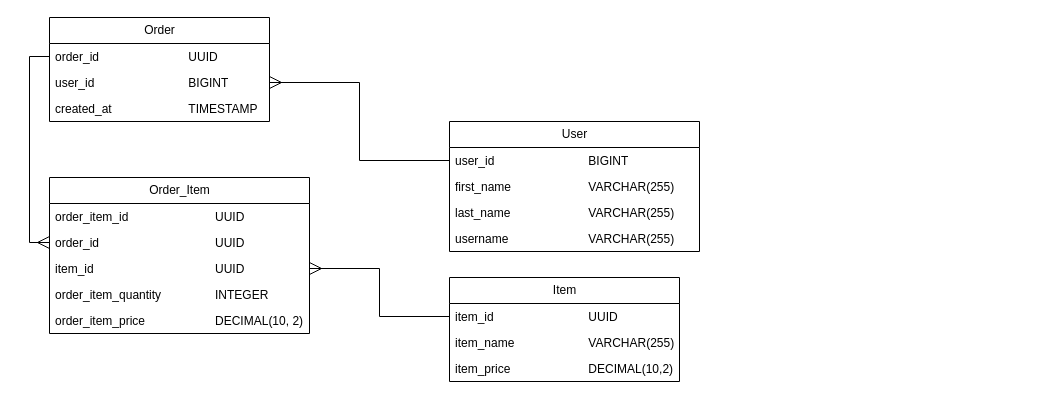
Earlier version of the draw.io diagram Systemconf.drawio (drogan-v/drogans-systemconf-backend). Source tidied: cells renumbered, new cells numbered last; positions are measured from the earlier drawing's top-left corner, leaving out a move shared by most shapes. Both pictures are drawn from the tidied source at 100%, with x=0, y=0 at pixel (49, 17).
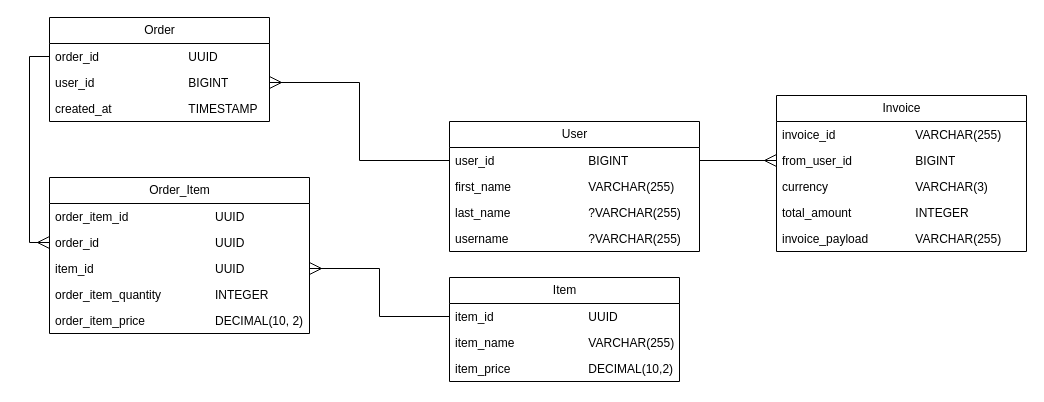
After the change.

The change refers to these unchanged cells:
```xml
<mxCell id="13" value="User" style="swimlane;fontStyle=0;horizontal=1;startSize=26;fillColor=none;html=1;" parent="1" vertex="1">
  <mxGeometry x="400" y="104" width="250" height="130" as="geometry" />
</mxCell>
<mxCell id="14" value="user_id&lt;span style=&quot;white-space: pre;&quot;&gt;&#9;&lt;/span&gt;&lt;span style=&quot;white-space: pre;&quot;&gt;&#9;&lt;/span&gt;&lt;span style=&quot;white-space: pre;&quot;&gt;&#9;&lt;/span&gt;&lt;span style=&quot;white-space: pre;&quot;&gt;&#9;&lt;/span&gt;BIGINT&lt;div&gt;&lt;br&gt;&lt;/div&gt;" style="text;strokeColor=none;fillColor=none;align=left;verticalAlign=top;spacingLeft=4;spacingRight=4;overflow=hidden;points=[[0,0.5],[1,0.5]];portConstraint=eastwest;whiteSpace=wrap;html=1;" parent="13" vertex="1">
  <mxGeometry y="26" width="250" height="26" as="geometry" />
</mxCell>
```

The edit, as a diff of the source:
```diff
@@
-    <mxCell id="16" value="last_name&lt;span style=&quot;white-space: pre;&quot;&gt;&#9;&lt;/span&gt;&lt;span style=&quot;white-space: pre;&quot;&gt;&#9;&lt;/span&gt;&lt;span style=&quot;white-space: pre;&quot;&gt;&#9;&lt;/span&gt;VARCHAR(255)" style="text;strokeColor=none;fillColor=none;align=left;verticalAlign=top;spacingLeft=4;spacingRight=4;overflow=hidden;whiteSpace=wrap;html=1;" parent="13" vertex="1">
-      <mxGeometry y="78" width="250" height="26" as="geometry" />
-    </mxCell>
-    <mxCell id="17" value="username&lt;span style=&quot;white-space: pre;&quot;&gt;&#9;&lt;/span&gt;&lt;span style=&quot;white-space: pre;&quot;&gt;&#9;&lt;/span&gt;&lt;span style=&quot;white-space: pre;&quot;&gt;&#9;&lt;/span&gt;VARCHAR(255)" style="text;strokeColor=none;fillColor=none;align=left;verticalAlign=top;spacingLeft=4;spacingRight=4;overflow=hidden;whiteSpace=wrap;html=1;" parent="13" vertex="1">
-      <mxGeometry y="104" width="250" height="26" as="geometry" />
-    </mxCell>
+    <mxCell id="24" value="last_name&lt;span style=&quot;white-space: pre;&quot;&gt;&#9;&lt;/span&gt;&lt;span style=&quot;white-space: pre;&quot;&gt;&#9;&lt;/span&gt;&lt;span style=&quot;white-space: pre;&quot;&gt;&#9;&lt;/span&gt;?VARCHAR(255)" style="text;strokeColor=none;fillColor=none;align=left;verticalAlign=top;spacingLeft=4;spacingRight=4;overflow=hidden;whiteSpace=wrap;html=1;" parent="13" vertex="1">
+      <mxGeometry y="78" width="250" height="26" as="geometry" />
+    </mxCell>
+    <mxCell id="25" value="username&lt;span style=&quot;white-space: pre;&quot;&gt;&#9;&lt;/span&gt;&lt;span style=&quot;white-space: pre;&quot;&gt;&#9;&lt;/span&gt;&lt;span style=&quot;white-space: pre;&quot;&gt;&#9;&lt;/span&gt;?VARCHAR(255)" style="text;strokeColor=none;fillColor=none;align=left;verticalAlign=top;spacingLeft=4;spacingRight=4;overflow=hidden;whiteSpace=wrap;html=1;" parent="13" vertex="1">
+      <mxGeometry y="104" width="250" height="26" as="geometry" />
+    </mxCell>
@@
+    <mxCell id="26" value="Invoice" style="swimlane;fontStyle=0;horizontal=1;startSize=26;fillColor=none;html=1;" parent="1" vertex="1">
+      <mxGeometry x="727" y="78" width="250" height="156" as="geometry" />
+    </mxCell>
+    <mxCell id="27" value="invoice_id&lt;span style=&quot;white-space: pre;&quot;&gt;&#9;&lt;/span&gt;&lt;span style=&quot;white-space: pre;&quot;&gt;&#9;&lt;/span&gt;&lt;span style=&quot;white-space: pre;&quot;&gt;&#9;&lt;/span&gt;VARCHAR(255)&lt;div&gt;&lt;br&gt;&lt;/div&gt;" style="text;strokeColor=none;fillColor=none;align=left;verticalAlign=top;spacingLeft=4;spacingRight=4;overflow=hidden;whiteSpace=wrap;html=1;" parent="26" vertex="1">
+      <mxGeometry y="26" width="250" height="26" as="geometry" />
+    </mxCell>
+    <mxCell id="28" value="from_user_id&lt;span style=&quot;white-space: pre;&quot;&gt;&#9;&lt;/span&gt;&lt;span style=&quot;white-space: pre;&quot;&gt;&#9;&lt;/span&gt;&lt;span style=&quot;white-space: pre;&quot;&gt;&#9;&lt;/span&gt;BIGINT&lt;div&gt;&lt;br&gt;&lt;/div&gt;" style="text;strokeColor=none;fillColor=none;align=left;verticalAlign=top;spacingLeft=4;spacingRight=4;overflow=hidden;points=[[0,0.5],[1,0.5]];portConstraint=eastwest;whiteSpace=wrap;html=1;" parent="26" vertex="1">
+      <mxGeometry y="52" width="250" height="26" as="geometry" />
+    </mxCell>
+    <mxCell id="29" value="currency&lt;span style=&quot;white-space: pre;&quot;&gt;&#9;&lt;/span&gt;&lt;span style=&quot;white-space: pre;&quot;&gt;&#9;&lt;/span&gt;&lt;span style=&quot;white-space: pre;&quot;&gt;&#9;&lt;span style=&quot;white-space: pre;&quot;&gt;&#9;&lt;/span&gt;&lt;/span&gt;VARCHAR(3)" style="text;strokeColor=none;fillColor=none;align=left;verticalAlign=top;spacingLeft=4;spacingRight=4;overflow=hidden;whiteSpace=wrap;html=1;" parent="26" vertex="1">
+      <mxGeometry y="78" width="250" height="26" as="geometry" />
+    </mxCell>
+    <mxCell id="30" value="total_amount&lt;span style=&quot;white-space: pre;&quot;&gt;&#9;&lt;/span&gt;&lt;span style=&quot;white-space: pre;&quot;&gt;&#9;&lt;/span&gt;&lt;span style=&quot;white-space: pre;&quot;&gt;&#9;&lt;/span&gt;INTEGER" style="text;strokeColor=none;fillColor=none;align=left;verticalAlign=top;spacingLeft=4;spacingRight=4;overflow=hidden;whiteSpace=wrap;html=1;" parent="26" vertex="1">
+      <mxGeometry y="104" width="250" height="26" as="geometry" />
+    </mxCell>
+    <mxCell id="31" value="invoice_payload&lt;span style=&quot;white-space: pre;&quot;&gt;&#9;&lt;/span&gt;&lt;span style=&quot;white-space: pre;&quot;&gt;&#9;&lt;/span&gt;VARCHAR(255)" style="text;strokeColor=none;fillColor=none;align=left;verticalAlign=top;spacingLeft=4;spacingRight=4;overflow=hidden;whiteSpace=wrap;html=1;" parent="26" vertex="1">
+      <mxGeometry y="130" width="250" height="26" as="geometry" />
+    </mxCell>
+    <mxCell id="32" style="edgeStyle=orthogonalEdgeStyle;rounded=0;jettySize=auto;html=1;exitX=1;exitY=0.5;exitDx=0;exitDy=0;entryX=0;entryY=0.5;entryDx=0;entryDy=0;endArrow=ERmany;endFill=0;endSize=10;startSize=10;" parent="1" edge="1" source="14" target="28">
+      <mxGeometry relative="1" as="geometry" />
+    </mxCell>
```
